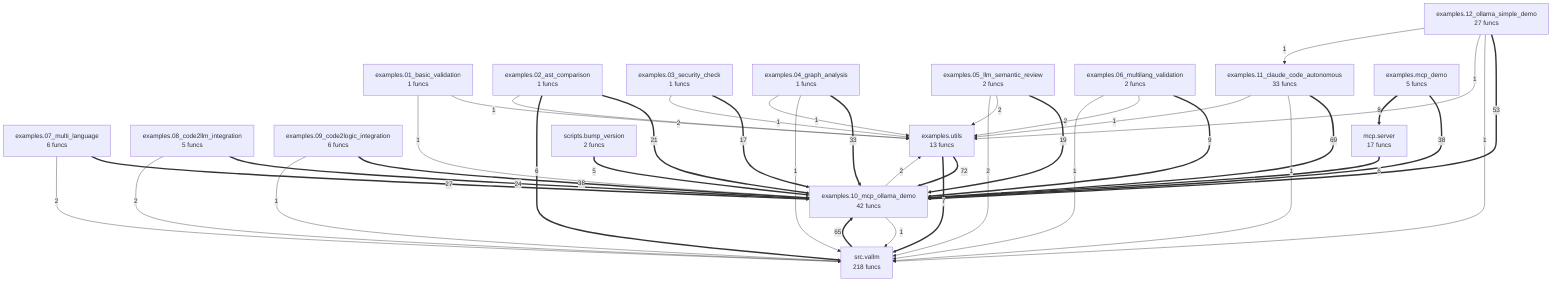
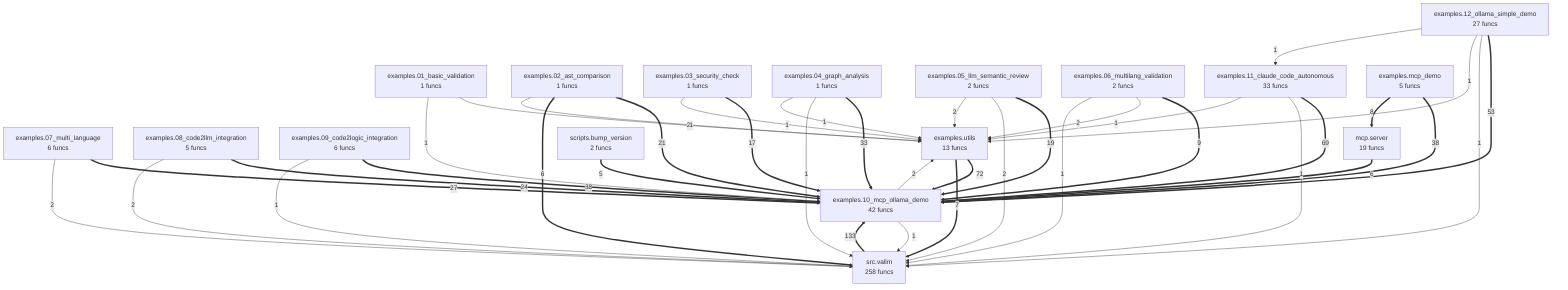
flowchart TD
    examples__01_basic_validation["examples.01_basic_validation<br/>1 funcs"]
    examples__02_ast_comparison["examples.02_ast_comparison<br/>1 funcs"]
    examples__03_security_check["examples.03_security_check<br/>1 funcs"]
    examples__04_graph_analysis["examples.04_graph_analysis<br/>1 funcs"]
    examples__05_llm_semantic_review["examples.05_llm_semantic_review<br/>2 funcs"]
    examples__06_multilang_validation["examples.06_multilang_validation<br/>2 funcs"]
    examples__07_multi_language["examples.07_multi_language<br/>6 funcs"]
    examples__08_code2llm_integration["examples.08_code2llm_integration<br/>5 funcs"]
    examples__09_code2logic_integration["examples.09_code2logic_integration<br/>6 funcs"]
    examples__10_mcp_ollama_demo["examples.10_mcp_ollama_demo<br/>42 funcs"]
    examples__11_claude_code_autonomous["examples.11_claude_code_autonomous<br/>33 funcs"]
    examples__12_ollama_simple_demo["examples.12_ollama_simple_demo<br/>27 funcs"]
    examples__mcp_demo["examples.mcp_demo<br/>5 funcs"]
    examples__utils["examples.utils<br/>13 funcs"]
-     mcp__server["mcp.server<br/>17 funcs"]
+     mcp__server["mcp.server<br/>19 funcs"]
    scripts__bump_version["scripts.bump_version<br/>2 funcs"]
-     src__vallm["src.vallm<br/>218 funcs"]
+     src__vallm["src.vallm<br/>258 funcs"]
+     src__vallm ==>|133| examples__10_mcp_ollama_demo
    examples__utils ==>|72| examples__10_mcp_ollama_demo
    examples__11_claude_code_autonomous ==>|69| examples__10_mcp_ollama_demo
-     src__vallm ==>|65| examples__10_mcp_ollama_demo
    examples__12_ollama_simple_demo ==>|53| examples__10_mcp_ollama_demo
    examples__09_code2logic_integration ==>|38| examples__10_mcp_ollama_demo
    examples__mcp_demo ==>|38| examples__10_mcp_ollama_demo
    examples__04_graph_analysis ==>|33| examples__10_mcp_ollama_demo
    examples__07_multi_language ==>|27| examples__10_mcp_ollama_demo
    examples__08_code2llm_integration ==>|24| examples__10_mcp_ollama_demo
    examples__02_ast_comparison ==>|21| examples__10_mcp_ollama_demo
    examples__05_llm_semantic_review ==>|19| examples__10_mcp_ollama_demo
    examples__03_security_check ==>|17| examples__10_mcp_ollama_demo
    examples__06_multilang_validation ==>|9| examples__10_mcp_ollama_demo
    examples__mcp_demo ==>|8| mcp__server
    examples__utils ==>|7| src__vallm
    examples__02_ast_comparison ==>|6| src__vallm
    mcp__server ==>|6| examples__10_mcp_ollama_demo
    scripts__bump_version ==>|5| examples__10_mcp_ollama_demo
+     examples__05_llm_semantic_review -->|2| src__vallm
    examples__05_llm_semantic_review -->|2| examples__utils
-     examples__05_llm_semantic_review -->|2| src__vallm
    examples__01_basic_validation -->|2| examples__utils
    examples__06_multilang_validation -->|2| examples__utils
    examples__07_multi_language -->|2| src__vallm
    examples__10_mcp_ollama_demo -->|2| examples__utils
    examples__08_code2llm_integration -->|2| src__vallm
    examples__09_code2logic_integration -->|1| src__vallm
    examples__04_graph_analysis -->|1| src__vallm
    examples__04_graph_analysis -->|1| examples__utils
-     examples__11_claude_code_autonomous -->|1| src__vallm
-     examples__11_claude_code_autonomous -->|1| examples__utils
    examples__12_ollama_simple_demo -->|1| src__vallm
    examples__12_ollama_simple_demo -->|1| examples__utils
    examples__12_ollama_simple_demo -->|1| examples__11_claude_code_autonomous
+     examples__11_claude_code_autonomous -->|1| src__vallm
+     examples__11_claude_code_autonomous -->|1| examples__utils
    examples__01_basic_validation -->|1| examples__10_mcp_ollama_demo
-     examples__03_security_check -->|1| examples__utils
    examples__02_ast_comparison -->|1| examples__utils
    examples__06_multilang_validation -->|1| src__vallm
+     examples__03_security_check -->|1| examples__utils
    examples__10_mcp_ollama_demo -->|1| src__vallm
